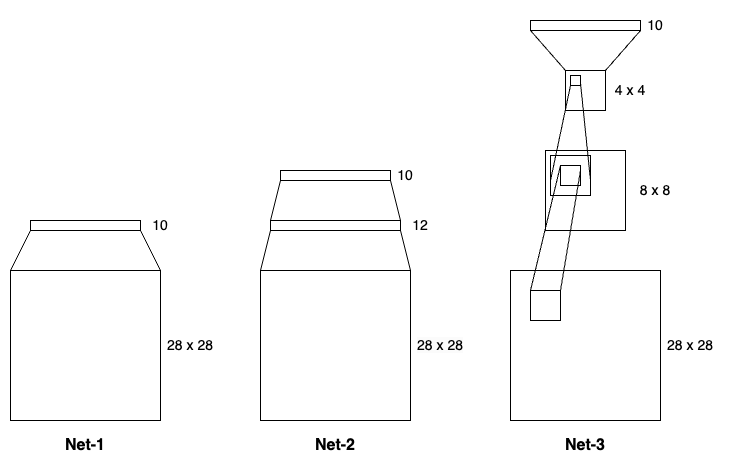
The draw.io diagram img/mnist_nets.png in abeleinin/learning-with-tensors, before a commit. Source tidied: cells renumbered, new cells last; positions are measured from the earlier drawing's top-left corner, leaving out a move shared by most shapes. Its diagram source:
```xml
<mxGraphModel>
  <root>
    <mxCell id="0" />
    <mxCell id="1" parent="0" />
    <mxCell id="2" style="whiteSpace=wrap;html=1;" parent="1" vertex="1">
      <mxGeometry y="260" width="150" height="150" as="geometry" />
    </mxCell>
    <mxCell id="3" style="endArrow=none;html=1;rounded=0;exitX=0;exitY=0;exitDx=0;exitDy=0;" parent="1" edge="1" source="2">
      <mxGeometry relative="1" as="geometry">
        <mxPoint x="20" y="220" as="targetPoint" />
      </mxGeometry>
    </mxCell>
    <mxCell id="4" style="endArrow=none;html=1;rounded=0;exitX=0;exitY=0;exitDx=0;exitDy=0;" parent="1" edge="1">
      <mxGeometry relative="1" as="geometry">
        <mxPoint x="150" y="260" as="sourcePoint" />
        <mxPoint x="130" y="220" as="targetPoint" />
      </mxGeometry>
    </mxCell>
    <mxCell id="5" style="rounded=0;whiteSpace=wrap;html=1;" parent="1" vertex="1">
      <mxGeometry x="20" y="210" width="110" height="10" as="geometry" />
    </mxCell>
    <mxCell id="6" style="whiteSpace=wrap;html=1;" parent="1" vertex="1">
      <mxGeometry y="260" width="150" height="150" as="geometry" />
    </mxCell>
    <mxCell id="7" style="endArrow=none;html=1;rounded=0;exitX=0;exitY=0;exitDx=0;exitDy=0;" parent="1" edge="1" source="6">
      <mxGeometry relative="1" as="geometry">
        <mxPoint x="20" y="220" as="targetPoint" />
      </mxGeometry>
    </mxCell>
    <mxCell id="8" style="endArrow=none;html=1;rounded=0;exitX=0;exitY=0;exitDx=0;exitDy=0;" parent="1" edge="1">
      <mxGeometry relative="1" as="geometry">
        <mxPoint x="150" y="260" as="sourcePoint" />
        <mxPoint x="130" y="220" as="targetPoint" />
      </mxGeometry>
    </mxCell>
    <mxCell id="9" style="rounded=0;whiteSpace=wrap;html=1;" parent="1" vertex="1">
      <mxGeometry x="20" y="210" width="110" height="10" as="geometry" />
    </mxCell>
    <mxCell id="10" style="whiteSpace=wrap;html=1;" parent="1" vertex="1">
      <mxGeometry x="250" y="260" width="150" height="150" as="geometry" />
    </mxCell>
    <mxCell id="11" style="endArrow=none;html=1;rounded=0;exitX=0;exitY=0;exitDx=0;exitDy=0;" parent="1" edge="1" source="10">
      <mxGeometry relative="1" as="geometry">
        <mxPoint x="260" y="220" as="targetPoint" />
      </mxGeometry>
    </mxCell>
    <mxCell id="12" style="endArrow=none;html=1;rounded=0;exitX=0;exitY=0;exitDx=0;exitDy=0;" parent="1" edge="1">
      <mxGeometry relative="1" as="geometry">
        <mxPoint x="400" y="260" as="sourcePoint" />
        <mxPoint x="390" y="220" as="targetPoint" />
      </mxGeometry>
    </mxCell>
    <mxCell id="13" style="rounded=0;whiteSpace=wrap;html=1;" parent="1" vertex="1">
      <mxGeometry x="260" y="210" width="130" height="10" as="geometry" />
    </mxCell>
    <mxCell id="14" style="whiteSpace=wrap;html=1;" parent="1" vertex="1">
      <mxGeometry x="500" y="260" width="150" height="150" as="geometry" />
    </mxCell>
    <mxCell id="15" style="rounded=0;whiteSpace=wrap;html=1;" parent="1" vertex="1">
      <mxGeometry x="535" y="140" width="80" height="80" as="geometry" />
    </mxCell>
    <mxCell id="16" style="rounded=0;whiteSpace=wrap;html=1;" parent="1" vertex="1">
      <mxGeometry x="270" y="160" width="110" height="10" as="geometry" />
    </mxCell>
    <mxCell id="17" style="rounded=0;whiteSpace=wrap;html=1;" parent="1" vertex="1">
      <mxGeometry x="270" y="160" width="110" height="10" as="geometry" />
    </mxCell>
    <mxCell id="18" style="endArrow=none;html=1;rounded=0;entryX=0;entryY=1;entryDx=0;entryDy=0;" parent="1" edge="1" target="17">
      <mxGeometry relative="1" as="geometry">
        <mxPoint x="260" y="210" as="sourcePoint" />
      </mxGeometry>
    </mxCell>
    <mxCell id="19" style="endArrow=none;html=1;rounded=0;entryX=1;entryY=1;entryDx=0;entryDy=0;" parent="1" edge="1" target="17">
      <mxGeometry relative="1" as="geometry">
        <mxPoint x="390" y="210" as="sourcePoint" />
      </mxGeometry>
    </mxCell>
    <mxCell id="20" style="whiteSpace=wrap;html=1;" parent="1" vertex="1">
      <mxGeometry x="520" y="280" width="30" height="30" as="geometry" />
    </mxCell>
    <mxCell id="21" style="whiteSpace=wrap;html=1;" parent="1" vertex="1">
      <mxGeometry x="540" y="145" width="40" height="40" as="geometry" />
    </mxCell>
    <mxCell id="22" style="whiteSpace=wrap;html=1;" parent="1" vertex="1">
      <mxGeometry x="555" y="60" width="40" height="40" as="geometry" />
    </mxCell>
    <mxCell id="23" style="rounded=0;whiteSpace=wrap;html=1;" parent="1" vertex="1">
      <mxGeometry x="520" y="10" width="110" height="10" as="geometry" />
    </mxCell>
    <mxCell id="24" style="rounded=0;whiteSpace=wrap;html=1;" parent="1" vertex="1">
      <mxGeometry x="520" y="10" width="110" height="10" as="geometry" />
    </mxCell>
    <mxCell id="25" style="whiteSpace=wrap;html=1;" parent="1" vertex="1">
      <mxGeometry x="550" y="155" width="20" height="20" as="geometry" />
    </mxCell>
    <mxCell id="26" style="endArrow=none;html=1;rounded=0;entryX=0;entryY=0;entryDx=0;entryDy=0;" parent="1" edge="1" target="25">
      <mxGeometry relative="1" as="geometry">
        <mxPoint x="520" y="280" as="sourcePoint" />
      </mxGeometry>
    </mxCell>
    <mxCell id="27" style="endArrow=none;html=1;rounded=0;entryX=0;entryY=0;entryDx=0;entryDy=0;exitX=1;exitY=0;exitDx=0;exitDy=0;" parent="1" edge="1" source="20">
      <mxGeometry relative="1" as="geometry">
        <mxPoint x="570" y="160" as="targetPoint" />
      </mxGeometry>
    </mxCell>
    <mxCell id="28" style="endArrow=none;html=1;rounded=0;entryX=0;entryY=1;entryDx=0;entryDy=0;" parent="1" edge="1" target="43">
      <mxGeometry relative="1" as="geometry">
        <mxPoint x="540" y="170" as="sourcePoint" />
      </mxGeometry>
    </mxCell>
    <mxCell id="29" style="endArrow=none;html=1;rounded=0;entryX=1;entryY=1;entryDx=0;entryDy=0;" parent="1" edge="1" target="24">
      <mxGeometry relative="1" as="geometry">
        <mxPoint x="595" y="60" as="sourcePoint" />
      </mxGeometry>
    </mxCell>
    <mxCell id="30" style="endArrow=none;html=1;rounded=0;entryX=0;entryY=1;entryDx=0;entryDy=0;" parent="1" edge="1" target="24">
      <mxGeometry relative="1" as="geometry">
        <mxPoint x="555" y="60" as="sourcePoint" />
      </mxGeometry>
    </mxCell>
    <mxCell id="31" style="endArrow=none;html=1;rounded=0;entryX=1;entryY=0.75;entryDx=0;entryDy=0;" parent="1" edge="1" target="43">
      <mxGeometry relative="1" as="geometry">
        <mxPoint x="580" y="170" as="sourcePoint" />
      </mxGeometry>
    </mxCell>
    <mxCell id="32" value="&lt;b&gt;&lt;font style=&quot;font-size: 16px;&quot;&gt;Net-&lt;/font&gt;&lt;/b&gt;&lt;b style=&quot;background-color: initial;&quot;&gt;&lt;font style=&quot;font-size: 16px;&quot;&gt;1&lt;/font&gt;&lt;/b&gt;" style="text;html=1;align=center;verticalAlign=middle;whiteSpace=wrap;rounded=0;" parent="1" vertex="1">
      <mxGeometry x="45" y="420" width="60" height="30" as="geometry" />
    </mxCell>
    <mxCell id="33" value="&lt;b&gt;&lt;font style=&quot;font-size: 16px;&quot;&gt;Net-2&lt;/font&gt;&lt;/b&gt;" style="text;html=1;align=center;verticalAlign=middle;whiteSpace=wrap;rounded=0;" parent="1" vertex="1">
      <mxGeometry x="295" y="420" width="60" height="30" as="geometry" />
    </mxCell>
    <mxCell id="34" value="28 x 28" style="text;html=1;align=center;verticalAlign=middle;whiteSpace=wrap;rounded=0;fontSize=14;" parent="1" vertex="1">
      <mxGeometry x="150" y="320" width="60" height="30" as="geometry" />
    </mxCell>
    <mxCell id="35" value="&lt;span style=&quot;color: rgb(0, 0, 0); font-family: Helvetica; font-size: 14px; font-style: normal; font-variant-ligatures: normal; font-variant-caps: normal; font-weight: 400; letter-spacing: normal; orphans: 2; text-align: center; text-indent: 0px; text-transform: none; widows: 2; word-spacing: 0px; -webkit-text-stroke-width: 0px; white-space: normal; background-color: rgb(251, 251, 251); text-decoration-thickness: initial; text-decoration-style: initial; text-decoration-color: initial; float: none; display: inline !important;&quot;&gt;28 x 28&lt;/span&gt;" style="text;html=1;align=center;verticalAlign=middle;whiteSpace=wrap;rounded=0;fontSize=14;" parent="1" vertex="1">
      <mxGeometry x="400" y="320" width="60" height="30" as="geometry" />
    </mxCell>
    <mxCell id="36" value="28 x 28" style="text;html=1;align=center;verticalAlign=middle;whiteSpace=wrap;rounded=0;fontSize=14;" parent="1" vertex="1">
      <mxGeometry x="650" y="320" width="60" height="30" as="geometry" />
    </mxCell>
    <mxCell id="37" value="10" style="text;html=1;align=center;verticalAlign=middle;whiteSpace=wrap;rounded=0;fontSize=14;" parent="1" vertex="1">
      <mxGeometry x="120" y="200" width="60" height="30" as="geometry" />
    </mxCell>
    <mxCell id="38" value="12" style="text;html=1;align=center;verticalAlign=middle;whiteSpace=wrap;rounded=0;fontSize=14;" parent="1" vertex="1">
      <mxGeometry x="380" y="200" width="60" height="30" as="geometry" />
    </mxCell>
    <mxCell id="39" value="10" style="text;html=1;align=center;verticalAlign=middle;whiteSpace=wrap;rounded=0;fontSize=14;" parent="1" vertex="1">
      <mxGeometry x="365" y="150" width="60" height="30" as="geometry" />
    </mxCell>
    <mxCell id="40" value="10" style="text;html=1;align=center;verticalAlign=middle;whiteSpace=wrap;rounded=0;fontSize=14;" parent="1" vertex="1">
      <mxGeometry x="615" width="60" height="30" as="geometry" />
    </mxCell>
    <mxCell id="41" value="8 x 8" style="text;html=1;align=center;verticalAlign=middle;whiteSpace=wrap;rounded=0;fontSize=14;" parent="1" vertex="1">
      <mxGeometry x="615" y="165" width="60" height="30" as="geometry" />
    </mxCell>
    <mxCell id="42" value="4 x 4" style="text;html=1;align=center;verticalAlign=middle;whiteSpace=wrap;rounded=0;fontSize=14;" parent="1" vertex="1">
      <mxGeometry x="590" y="65" width="60" height="30" as="geometry" />
    </mxCell>
    <mxCell id="43" style="rounded=0;whiteSpace=wrap;html=1;" parent="1" vertex="1">
      <mxGeometry x="560" y="65" width="10" height="10" as="geometry" />
    </mxCell>
    <mxCell id="44" value="&lt;b&gt;&lt;font style=&quot;font-size: 16px;&quot;&gt;Net-3&lt;/font&gt;&lt;/b&gt;" style="text;html=1;align=center;verticalAlign=middle;whiteSpace=wrap;rounded=0;" parent="1" vertex="1">
      <mxGeometry x="545" y="420" width="60" height="30" as="geometry" />
    </mxCell>
  </root>
</mxGraphModel>
```
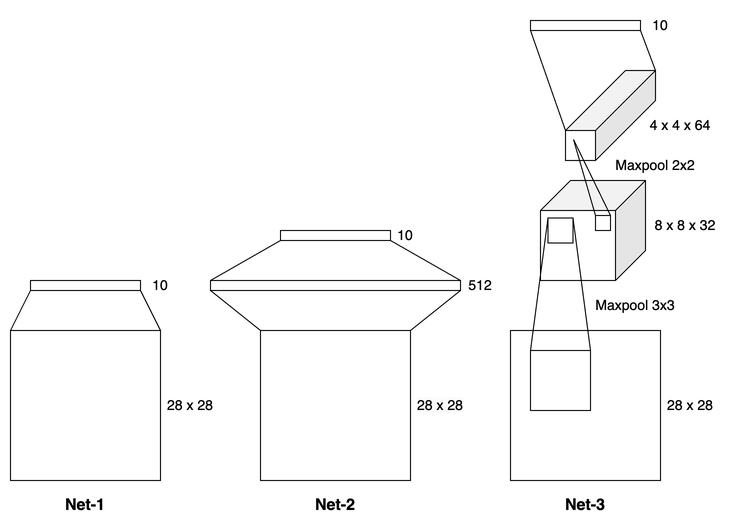
Later version of the same file.

Commit message:
improve nets diagram/code consistency

The edit, as a diff of the source:
```diff
@@ -2,6 +2,12 @@
   <root>
     <mxCell id="0" />
     <mxCell id="1" parent="0" />
+    <mxCell id="45" style="shape=cube;whiteSpace=wrap;html=1;boundedLbl=1;backgroundOutline=1;darkOpacity=0.05;darkOpacity2=0.1;size=60;flipH=1;" parent="1" vertex="1">
+      <mxGeometry x="555" width="90" height="90" as="geometry" />
+    </mxCell>
+    <mxCell id="46" style="shape=cube;whiteSpace=wrap;html=1;boundedLbl=1;backgroundOutline=1;darkOpacity=0.05;darkOpacity2=0.1;size=30;flipH=1;" parent="1" vertex="1">
+      <mxGeometry x="530" y="110" width="105" height="100" as="geometry" />
+    </mxCell>
     <mxCell id="2" style="whiteSpace=wrap;html=1;" parent="1" vertex="1">
       <mxGeometry y="260" width="150" height="150" as="geometry" />
     </mxCell>
@@ -39,88 +45,65 @@
     <mxCell id="10" style="whiteSpace=wrap;html=1;" parent="1" vertex="1">
       <mxGeometry x="250" y="260" width="150" height="150" as="geometry" />
     </mxCell>
-    <mxCell id="11" style="endArrow=none;html=1;rounded=0;exitX=0;exitY=0;exitDx=0;exitDy=0;" parent="1" edge="1" source="10">
-      <mxGeometry relative="1" as="geometry">
-        <mxPoint x="260" y="220" as="targetPoint" />
-      </mxGeometry>
+    <mxCell id="11" style="endArrow=none;html=1;rounded=0;exitX=0;exitY=0;exitDx=0;exitDy=0;entryX=0;entryY=1;entryDx=0;entryDy=0;" parent="1" edge="1" source="10" target="13">
+      <mxGeometry relative="1" as="geometry" />
     </mxCell>
-    <mxCell id="12" style="endArrow=none;html=1;rounded=0;exitX=0;exitY=0;exitDx=0;exitDy=0;" parent="1" edge="1">
+    <mxCell id="12" style="endArrow=none;html=1;rounded=0;exitX=0;exitY=0;exitDx=0;exitDy=0;entryX=1;entryY=1;entryDx=0;entryDy=0;" parent="1" edge="1" target="13">
       <mxGeometry relative="1" as="geometry">
         <mxPoint x="400" y="260" as="sourcePoint" />
-        <mxPoint x="390" y="220" as="targetPoint" />
       </mxGeometry>
     </mxCell>
     <mxCell id="13" style="rounded=0;whiteSpace=wrap;html=1;" parent="1" vertex="1">
-      <mxGeometry x="260" y="210" width="130" height="10" as="geometry" />
+      <mxGeometry x="200" y="210" width="250" height="10" as="geometry" />
     </mxCell>
     <mxCell id="14" style="whiteSpace=wrap;html=1;" parent="1" vertex="1">
       <mxGeometry x="500" y="260" width="150" height="150" as="geometry" />
     </mxCell>
-    <mxCell id="15" style="rounded=0;whiteSpace=wrap;html=1;" parent="1" vertex="1">
-      <mxGeometry x="535" y="140" width="80" height="80" as="geometry" />
-    </mxCell>
     <mxCell id="16" style="rounded=0;whiteSpace=wrap;html=1;" parent="1" vertex="1">
       <mxGeometry x="270" y="160" width="110" height="10" as="geometry" />
     </mxCell>
     <mxCell id="17" style="rounded=0;whiteSpace=wrap;html=1;" parent="1" vertex="1">
       <mxGeometry x="270" y="160" width="110" height="10" as="geometry" />
     </mxCell>
-    <mxCell id="18" style="endArrow=none;html=1;rounded=0;entryX=0;entryY=1;entryDx=0;entryDy=0;" parent="1" edge="1" target="17">
-      <mxGeometry relative="1" as="geometry">
-        <mxPoint x="260" y="210" as="sourcePoint" />
-      </mxGeometry>
+    <mxCell id="18" style="endArrow=none;html=1;rounded=0;entryX=0;entryY=1;entryDx=0;entryDy=0;exitX=0;exitY=0;exitDx=0;exitDy=0;" parent="1" edge="1" source="13" target="17">
+      <mxGeometry relative="1" as="geometry" />
     </mxCell>
-    <mxCell id="19" style="endArrow=none;html=1;rounded=0;entryX=1;entryY=1;entryDx=0;entryDy=0;" parent="1" edge="1" target="17">
-      <mxGeometry relative="1" as="geometry">
-        <mxPoint x="390" y="210" as="sourcePoint" />
-      </mxGeometry>
+    <mxCell id="19" style="endArrow=none;html=1;rounded=0;entryX=1;entryY=1;entryDx=0;entryDy=0;exitX=1;exitY=0;exitDx=0;exitDy=0;" parent="1" edge="1" source="13" target="17">
+      <mxGeometry relative="1" as="geometry" />
     </mxCell>
     <mxCell id="20" style="whiteSpace=wrap;html=1;" parent="1" vertex="1">
-      <mxGeometry x="520" y="280" width="30" height="30" as="geometry" />
+      <mxGeometry x="520" y="280" width="60" height="60" as="geometry" />
     </mxCell>
-    <mxCell id="21" style="whiteSpace=wrap;html=1;" parent="1" vertex="1">
-      <mxGeometry x="540" y="145" width="40" height="40" as="geometry" />
-    </mxCell>
-    <mxCell id="22" style="whiteSpace=wrap;html=1;" parent="1" vertex="1">
-      <mxGeometry x="555" y="60" width="40" height="40" as="geometry" />
-    </mxCell>
-    <mxCell id="23" style="rounded=0;whiteSpace=wrap;html=1;" parent="1" vertex="1">
-      <mxGeometry x="520" y="10" width="110" height="10" as="geometry" />
-    </mxCell>
     <mxCell id="24" style="rounded=0;whiteSpace=wrap;html=1;" parent="1" vertex="1">
-      <mxGeometry x="520" y="10" width="110" height="10" as="geometry" />
+      <mxGeometry x="520" y="-50" width="110" height="10" as="geometry" />
     </mxCell>
     <mxCell id="25" style="whiteSpace=wrap;html=1;" parent="1" vertex="1">
-      <mxGeometry x="550" y="155" width="20" height="20" as="geometry" />
+      <mxGeometry x="537.5" y="147.5" width="25" height="25" as="geometry" />
     </mxCell>
     <mxCell id="26" style="endArrow=none;html=1;rounded=0;entryX=0;entryY=0;entryDx=0;entryDy=0;" parent="1" edge="1" target="25">
       <mxGeometry relative="1" as="geometry">
         <mxPoint x="520" y="280" as="sourcePoint" />
       </mxGeometry>
     </mxCell>
-    <mxCell id="27" style="endArrow=none;html=1;rounded=0;entryX=0;entryY=0;entryDx=0;entryDy=0;exitX=1;exitY=0;exitDx=0;exitDy=0;" parent="1" edge="1" source="20">
-      <mxGeometry relative="1" as="geometry">
-        <mxPoint x="570" y="160" as="targetPoint" />
-      </mxGeometry>
+    <mxCell id="27" style="endArrow=none;html=1;rounded=0;exitX=1;exitY=0;exitDx=0;exitDy=0;entryX=1;entryY=0;entryDx=0;entryDy=0;" parent="1" edge="1" source="20" target="25">
+      <mxGeometry relative="1" as="geometry" />
     </mxCell>
-    <mxCell id="28" style="endArrow=none;html=1;rounded=0;entryX=0;entryY=1;entryDx=0;entryDy=0;" parent="1" edge="1" target="43">
+    <mxCell id="28" style="endArrow=none;html=1;rounded=0;exitX=0;exitY=0;exitDx=0;exitDy=0;" parent="1" edge="1" source="21">
       <mxGeometry relative="1" as="geometry">
-        <mxPoint x="540" y="170" as="sourcePoint" />
+        <mxPoint x="563" y="69" as="targetPoint" />
       </mxGeometry>
     </mxCell>
-    <mxCell id="29" style="endArrow=none;html=1;rounded=0;entryX=1;entryY=1;entryDx=0;entryDy=0;" parent="1" edge="1" target="24">
-      <mxGeometry relative="1" as="geometry">
-        <mxPoint x="595" y="60" as="sourcePoint" />
-      </mxGeometry>
+    <mxCell id="29" style="endArrow=none;html=1;rounded=0;entryX=1;entryY=1;entryDx=0;entryDy=0;exitX=0;exitY=0;exitDx=0;exitDy=0;exitPerimeter=0;" parent="1" edge="1" source="45" target="24">
+      <mxGeometry relative="1" as="geometry" />
     </mxCell>
     <mxCell id="30" style="endArrow=none;html=1;rounded=0;entryX=0;entryY=1;entryDx=0;entryDy=0;" parent="1" edge="1" target="24">
       <mxGeometry relative="1" as="geometry">
         <mxPoint x="555" y="60" as="sourcePoint" />
       </mxGeometry>
     </mxCell>
-    <mxCell id="31" style="endArrow=none;html=1;rounded=0;entryX=1;entryY=0.75;entryDx=0;entryDy=0;" parent="1" edge="1" target="43">
+    <mxCell id="31" style="endArrow=none;html=1;rounded=0;exitX=1;exitY=0;exitDx=0;exitDy=0;" parent="1" edge="1" source="21">
       <mxGeometry relative="1" as="geometry">
-        <mxPoint x="580" y="170" as="sourcePoint" />
+        <mxPoint x="563" y="69" as="targetPoint" />
       </mxGeometry>
     </mxCell>
     <mxCell id="32" value="&lt;b&gt;&lt;font style=&quot;font-size: 16px;&quot;&gt;Net-&lt;/font&gt;&lt;/b&gt;&lt;b style=&quot;background-color: initial;&quot;&gt;&lt;font style=&quot;font-size: 16px;&quot;&gt;1&lt;/font&gt;&lt;/b&gt;" style="text;html=1;align=center;verticalAlign=middle;whiteSpace=wrap;rounded=0;" parent="1" vertex="1">
@@ -141,26 +124,32 @@
     <mxCell id="37" value="10" style="text;html=1;align=center;verticalAlign=middle;whiteSpace=wrap;rounded=0;fontSize=14;" parent="1" vertex="1">
       <mxGeometry x="120" y="200" width="60" height="30" as="geometry" />
     </mxCell>
-    <mxCell id="38" value="12" style="text;html=1;align=center;verticalAlign=middle;whiteSpace=wrap;rounded=0;fontSize=14;" parent="1" vertex="1">
-      <mxGeometry x="380" y="200" width="60" height="30" as="geometry" />
+    <mxCell id="38" value="512" style="text;html=1;align=center;verticalAlign=middle;whiteSpace=wrap;rounded=0;fontSize=14;" parent="1" vertex="1">
+      <mxGeometry x="440" y="200" width="60" height="30" as="geometry" />
     </mxCell>
     <mxCell id="39" value="10" style="text;html=1;align=center;verticalAlign=middle;whiteSpace=wrap;rounded=0;fontSize=14;" parent="1" vertex="1">
       <mxGeometry x="365" y="150" width="60" height="30" as="geometry" />
     </mxCell>
     <mxCell id="40" value="10" style="text;html=1;align=center;verticalAlign=middle;whiteSpace=wrap;rounded=0;fontSize=14;" parent="1" vertex="1">
-      <mxGeometry x="615" width="60" height="30" as="geometry" />
+      <mxGeometry x="620" y="-60" width="60" height="30" as="geometry" />
     </mxCell>
-    <mxCell id="41" value="8 x 8" style="text;html=1;align=center;verticalAlign=middle;whiteSpace=wrap;rounded=0;fontSize=14;" parent="1" vertex="1">
-      <mxGeometry x="615" y="165" width="60" height="30" as="geometry" />
+    <mxCell id="41" value="8 x 8 x 32" style="text;html=1;align=center;verticalAlign=middle;whiteSpace=wrap;rounded=0;fontSize=14;" parent="1" vertex="1">
+      <mxGeometry x="630" y="140" width="90" height="30" as="geometry" />
     </mxCell>
-    <mxCell id="42" value="4 x 4" style="text;html=1;align=center;verticalAlign=middle;whiteSpace=wrap;rounded=0;fontSize=14;" parent="1" vertex="1">
-      <mxGeometry x="590" y="65" width="60" height="30" as="geometry" />
+    <mxCell id="42" value="4 x 4 x 64" style="text;html=1;align=center;verticalAlign=middle;whiteSpace=wrap;rounded=0;fontSize=14;" parent="1" vertex="1">
+      <mxGeometry x="630" y="40" width="80" height="30" as="geometry" />
     </mxCell>
-    <mxCell id="43" style="rounded=0;whiteSpace=wrap;html=1;" parent="1" vertex="1">
-      <mxGeometry x="560" y="65" width="10" height="10" as="geometry" />
-    </mxCell>
     <mxCell id="44" value="&lt;b&gt;&lt;font style=&quot;font-size: 16px;&quot;&gt;Net-3&lt;/font&gt;&lt;/b&gt;" style="text;html=1;align=center;verticalAlign=middle;whiteSpace=wrap;rounded=0;" parent="1" vertex="1">
       <mxGeometry x="545" y="420" width="60" height="30" as="geometry" />
     </mxCell>
+    <mxCell id="47" value="Maxpool 3x3" style="text;html=1;align=center;verticalAlign=middle;whiteSpace=wrap;rounded=0;fontSize=14;" parent="1" vertex="1">
+      <mxGeometry x="580" y="220" width="90" height="30" as="geometry" />
+    </mxCell>
+    <mxCell id="48" value="Maxpool 2x2" style="text;html=1;align=center;verticalAlign=middle;whiteSpace=wrap;rounded=0;fontSize=14;" parent="1" vertex="1">
+      <mxGeometry x="600" y="80" width="90" height="30" as="geometry" />
+    </mxCell>
+    <mxCell id="21" style="whiteSpace=wrap;html=1;" parent="1" vertex="1">
+      <mxGeometry x="585" y="145" width="15" height="15" as="geometry" />
+    </mxCell>
   </root>
 </mxGraphModel>
```
